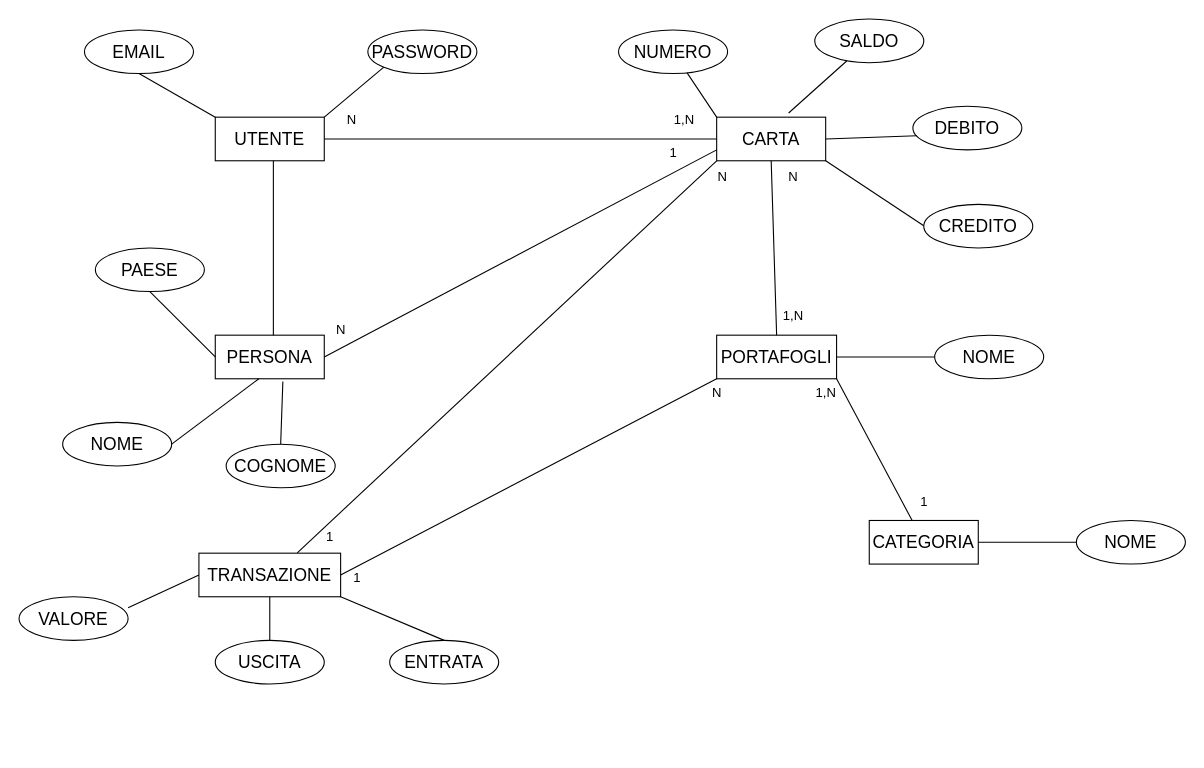
Above: progettazione_base_dati/Class_diagram ER.drawio in gcrbr/SavingMoneyUnina (draw.io), before the change. Source tidied: cells renumbered, new cells numbered last; positions are measured from the earlier drawing's top-left corner, leaving out a move shared by most shapes. Both pictures are drawn from the tidied source at 109%, with x=0, y=0 at pixel (19, 19).
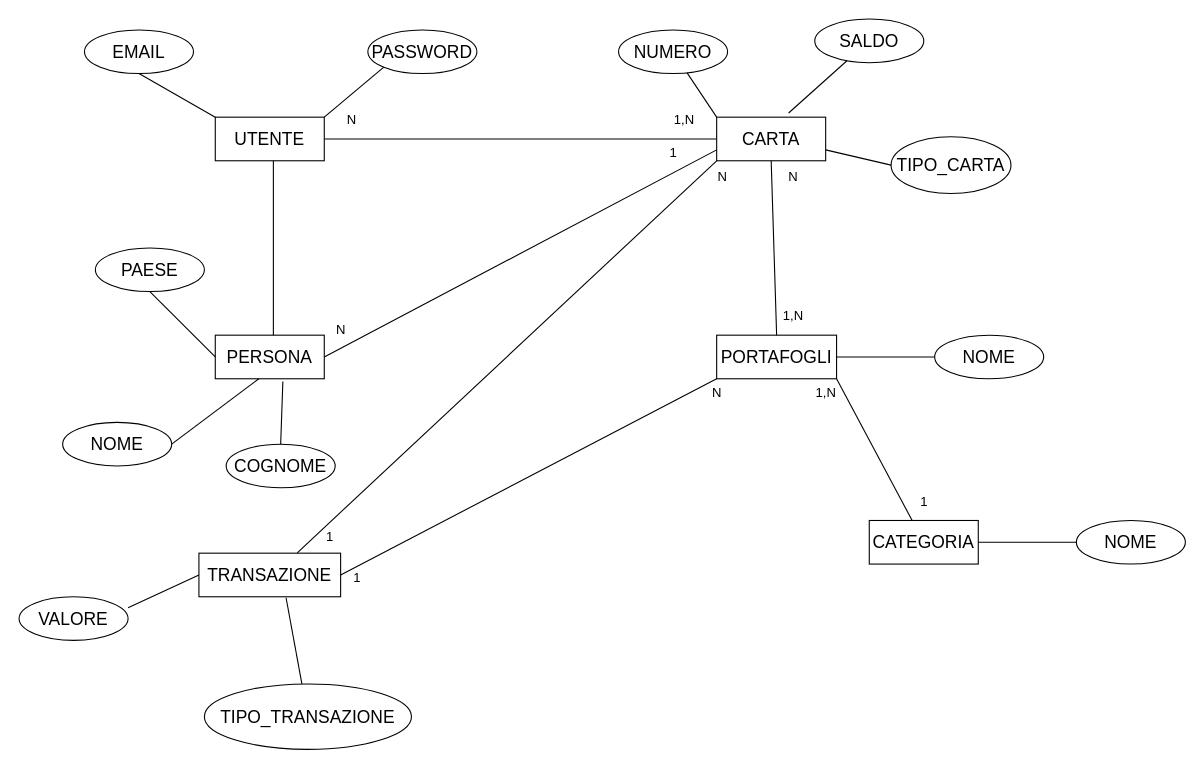
The same page after the edit.

Unchanged cells that the change refers to:
```xml
<mxCell id="3" value="&lt;font style=&quot;font-size: 16px;&quot;&gt;CARTA&lt;br&gt;&lt;/font&gt;" style="whiteSpace=wrap;html=1;align=center;" parent="1" vertex="1">
  <mxGeometry x="640" y="90" width="100" height="40" as="geometry" />
</mxCell>
<mxCell id="5" value="&lt;font style=&quot;font-size: 16px;&quot;&gt;TRANSAZIONE&lt;/font&gt;" style="whiteSpace=wrap;html=1;align=center;" parent="1" vertex="1">
  <mxGeometry x="165" y="490" width="130" height="40" as="geometry" />
</mxCell>
```

Diff of the diagram source:
```diff
@@
-    <mxCell id="14" value="&lt;font style=&quot;font-size: 16px;&quot;&gt;DEBITO&lt;/font&gt;" style="ellipse;whiteSpace=wrap;html=1;align=center;" parent="1" vertex="1">
-      <mxGeometry x="820" y="80" width="100" height="40" as="geometry" />
-    </mxCell>
-    <mxCell id="15" value="&lt;font style=&quot;font-size: 16px;&quot;&gt;CREDITO&lt;/font&gt;" style="ellipse;whiteSpace=wrap;html=1;align=center;" parent="1" vertex="1">
-      <mxGeometry x="830" y="170" width="100" height="40" as="geometry" />
-    </mxCell>
@@
-    <mxCell id="18" style="endArrow=none;html=1;rounded=0;entryX=0.035;entryY=0.676;entryDx=0;entryDy=0;entryPerimeter=0;exitX=1;exitY=0.5;exitDx=0;exitDy=0;" parent="1" edge="1" source="3" target="14">
-      <mxGeometry relative="1" as="geometry" />
-    </mxCell>
-    <mxCell id="19" style="endArrow=none;html=1;rounded=0;exitX=1;exitY=1;exitDx=0;exitDy=0;" parent="1" edge="1" source="3">
-      <mxGeometry relative="1" as="geometry">
-        <mxPoint x="830" y="189.6" as="targetPoint" />
-      </mxGeometry>
-    </mxCell>
@@
-    <mxCell id="30" value="&lt;font style=&quot;font-size: 16px;&quot;&gt;USCITA&lt;/font&gt;" style="ellipse;whiteSpace=wrap;html=1;align=center;" parent="1" vertex="1">
-      <mxGeometry x="180" y="570" width="100" height="40" as="geometry" />
-    </mxCell>
-    <mxCell id="31" value="&lt;font style=&quot;font-size: 16px;&quot;&gt;ENTRATA&lt;/font&gt;" style="ellipse;whiteSpace=wrap;html=1;align=center;" parent="1" vertex="1">
-      <mxGeometry x="340" y="570" width="100" height="40" as="geometry" />
-    </mxCell>
@@
-    <mxCell id="34" style="endArrow=none;html=1;rounded=0;entryX=0.5;entryY=1;entryDx=0;entryDy=0;exitX=0.5;exitY=0;exitDx=0;exitDy=0;" parent="1" edge="1" source="30" target="5">
-      <mxGeometry relative="1" as="geometry" />
-    </mxCell>
-    <mxCell id="35" style="endArrow=none;html=1;rounded=0;entryX=0.5;entryY=0;entryDx=0;entryDy=0;exitX=1;exitY=1;exitDx=0;exitDy=0;" parent="1" edge="1" source="5" target="31">
-      <mxGeometry relative="1" as="geometry" />
-    </mxCell>
@@
+    <mxCell id="55" value="TIPO_CARTA" style="ellipse;whiteSpace=wrap;html=1;align=center;fontSize=16;" parent="1" vertex="1">
+      <mxGeometry x="800" y="108" width="110" height="52" as="geometry" />
+    </mxCell>
+    <mxCell id="56" value="TIPO_TRANSAZIONE" style="ellipse;whiteSpace=wrap;html=1;align=center;fontSize=16;" parent="1" vertex="1">
+      <mxGeometry x="170" y="610" width="190" height="60" as="geometry" />
+    </mxCell>
+    <mxCell id="57" style="endArrow=none;html=1;rounded=0;entryX=0.615;entryY=1.022;entryDx=0;entryDy=0;entryPerimeter=0;" parent="1" edge="1" source="56" target="5">
+      <mxGeometry relative="1" as="geometry" />
+    </mxCell>
+    <mxCell id="58" style="endArrow=none;html=1;rounded=0;exitX=1;exitY=0.75;exitDx=0;exitDy=0;entryX=0;entryY=0.5;entryDx=0;entryDy=0;" parent="1" edge="1" source="3" target="55">
+      <mxGeometry relative="1" as="geometry" />
+    </mxCell>
```
